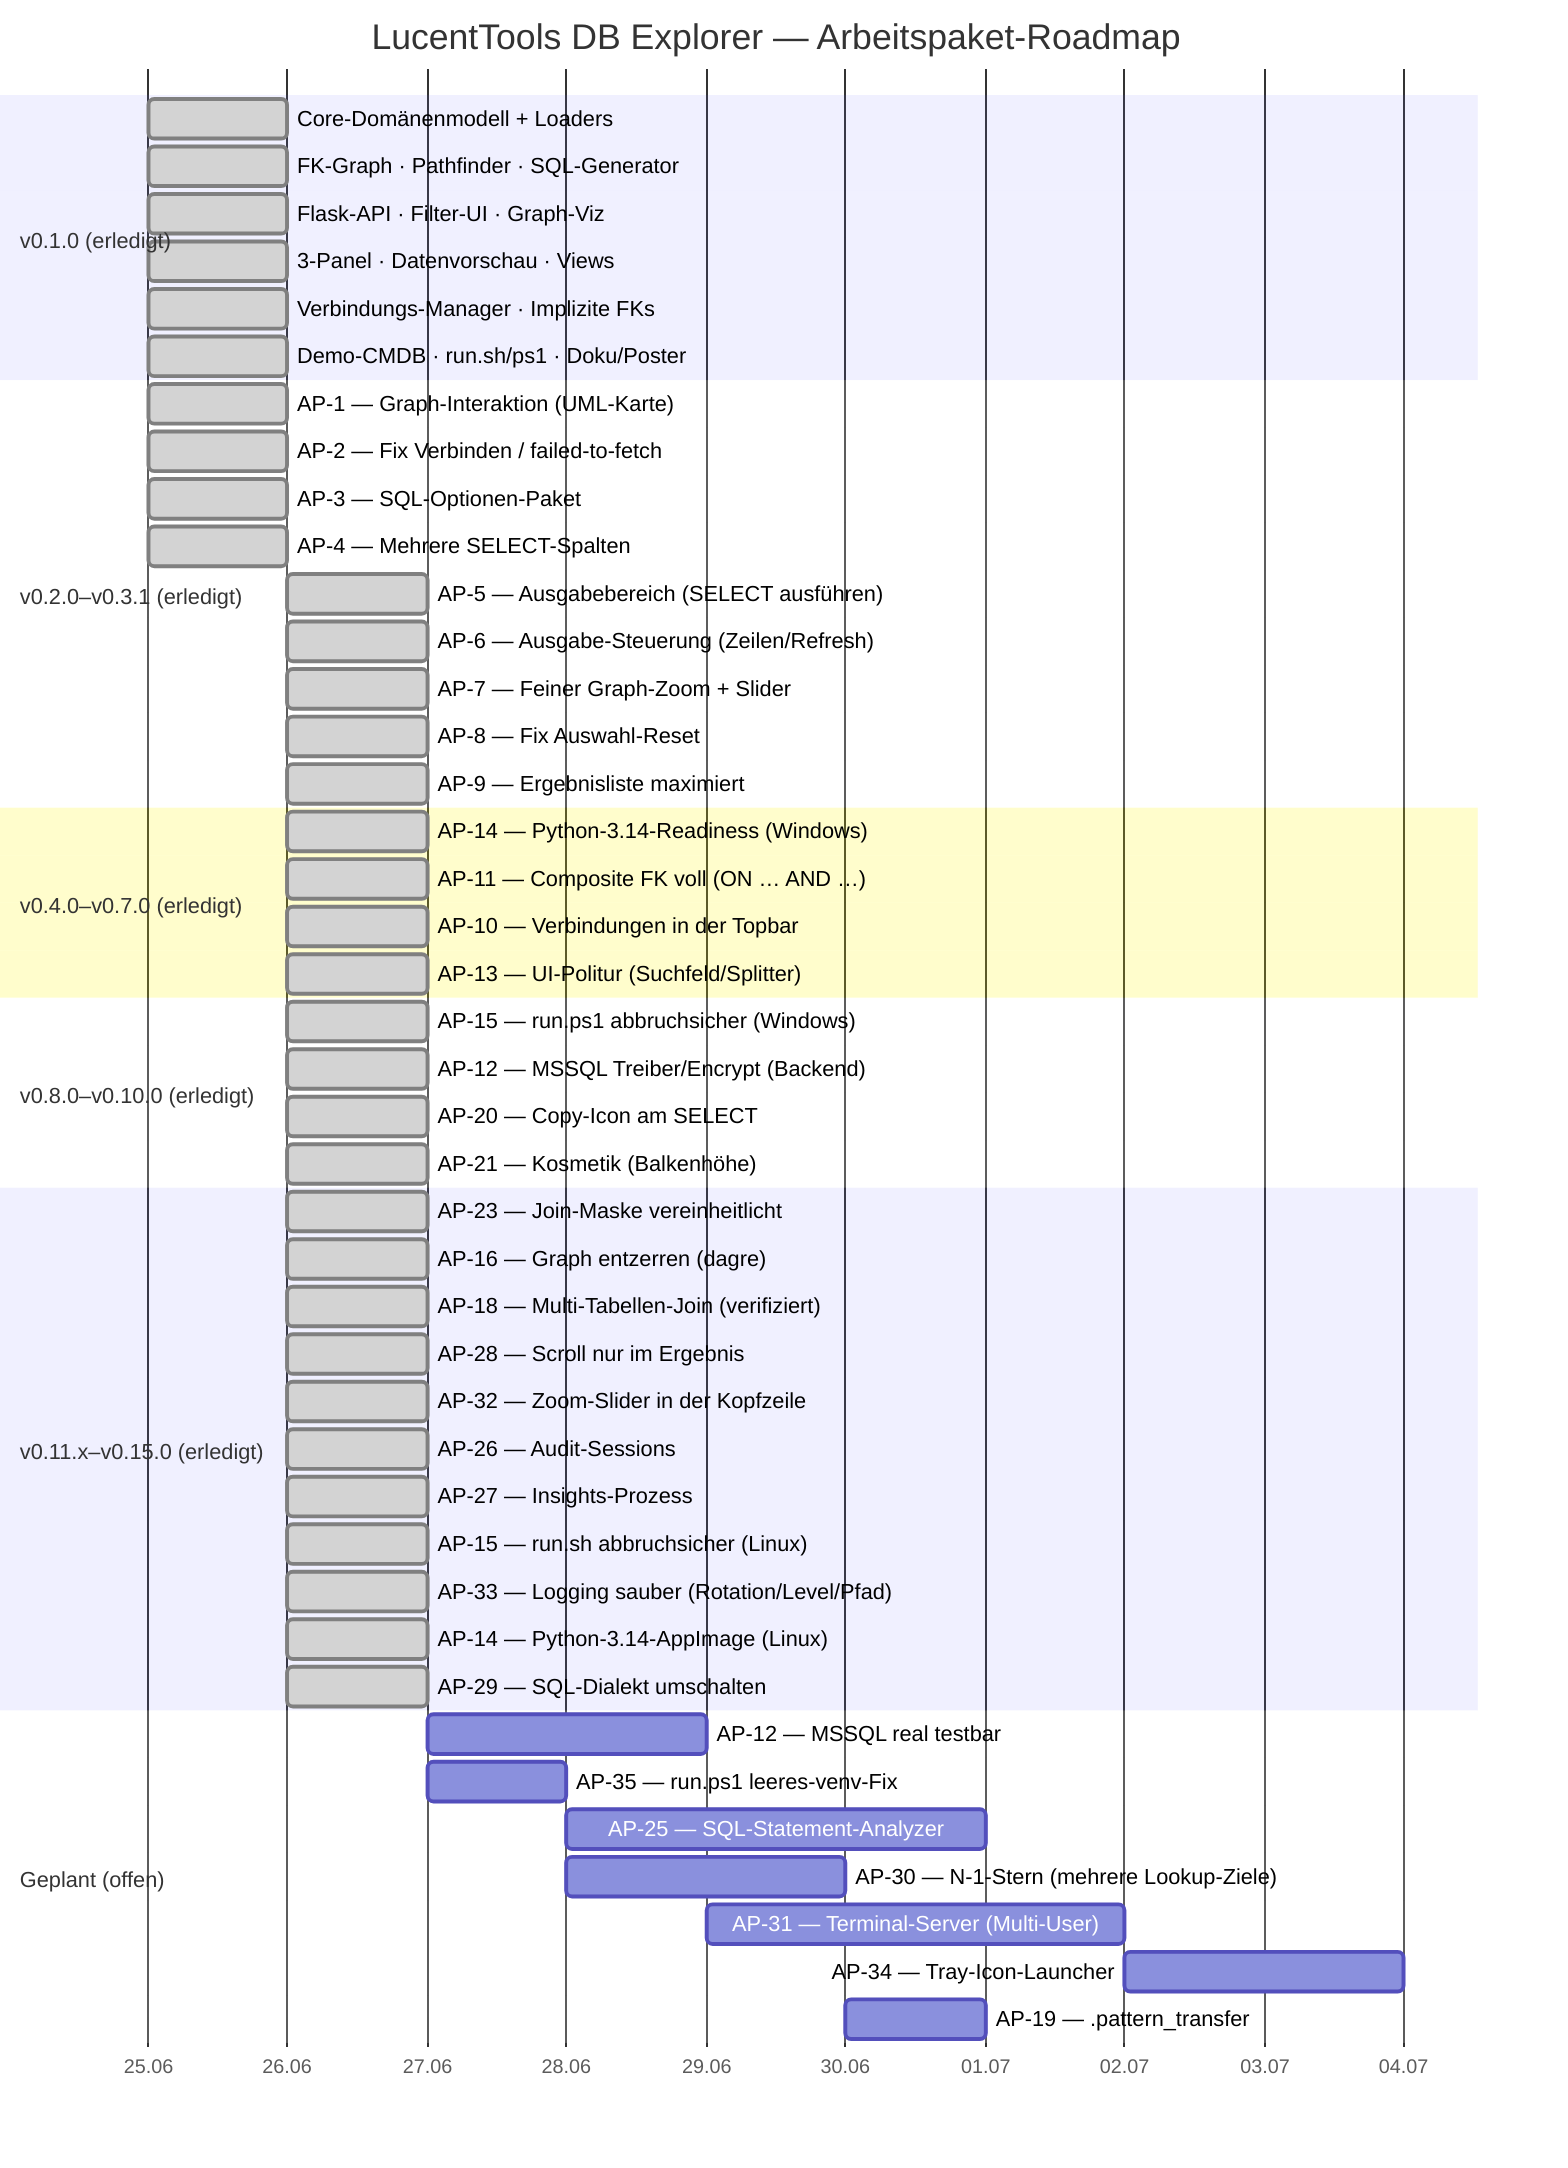
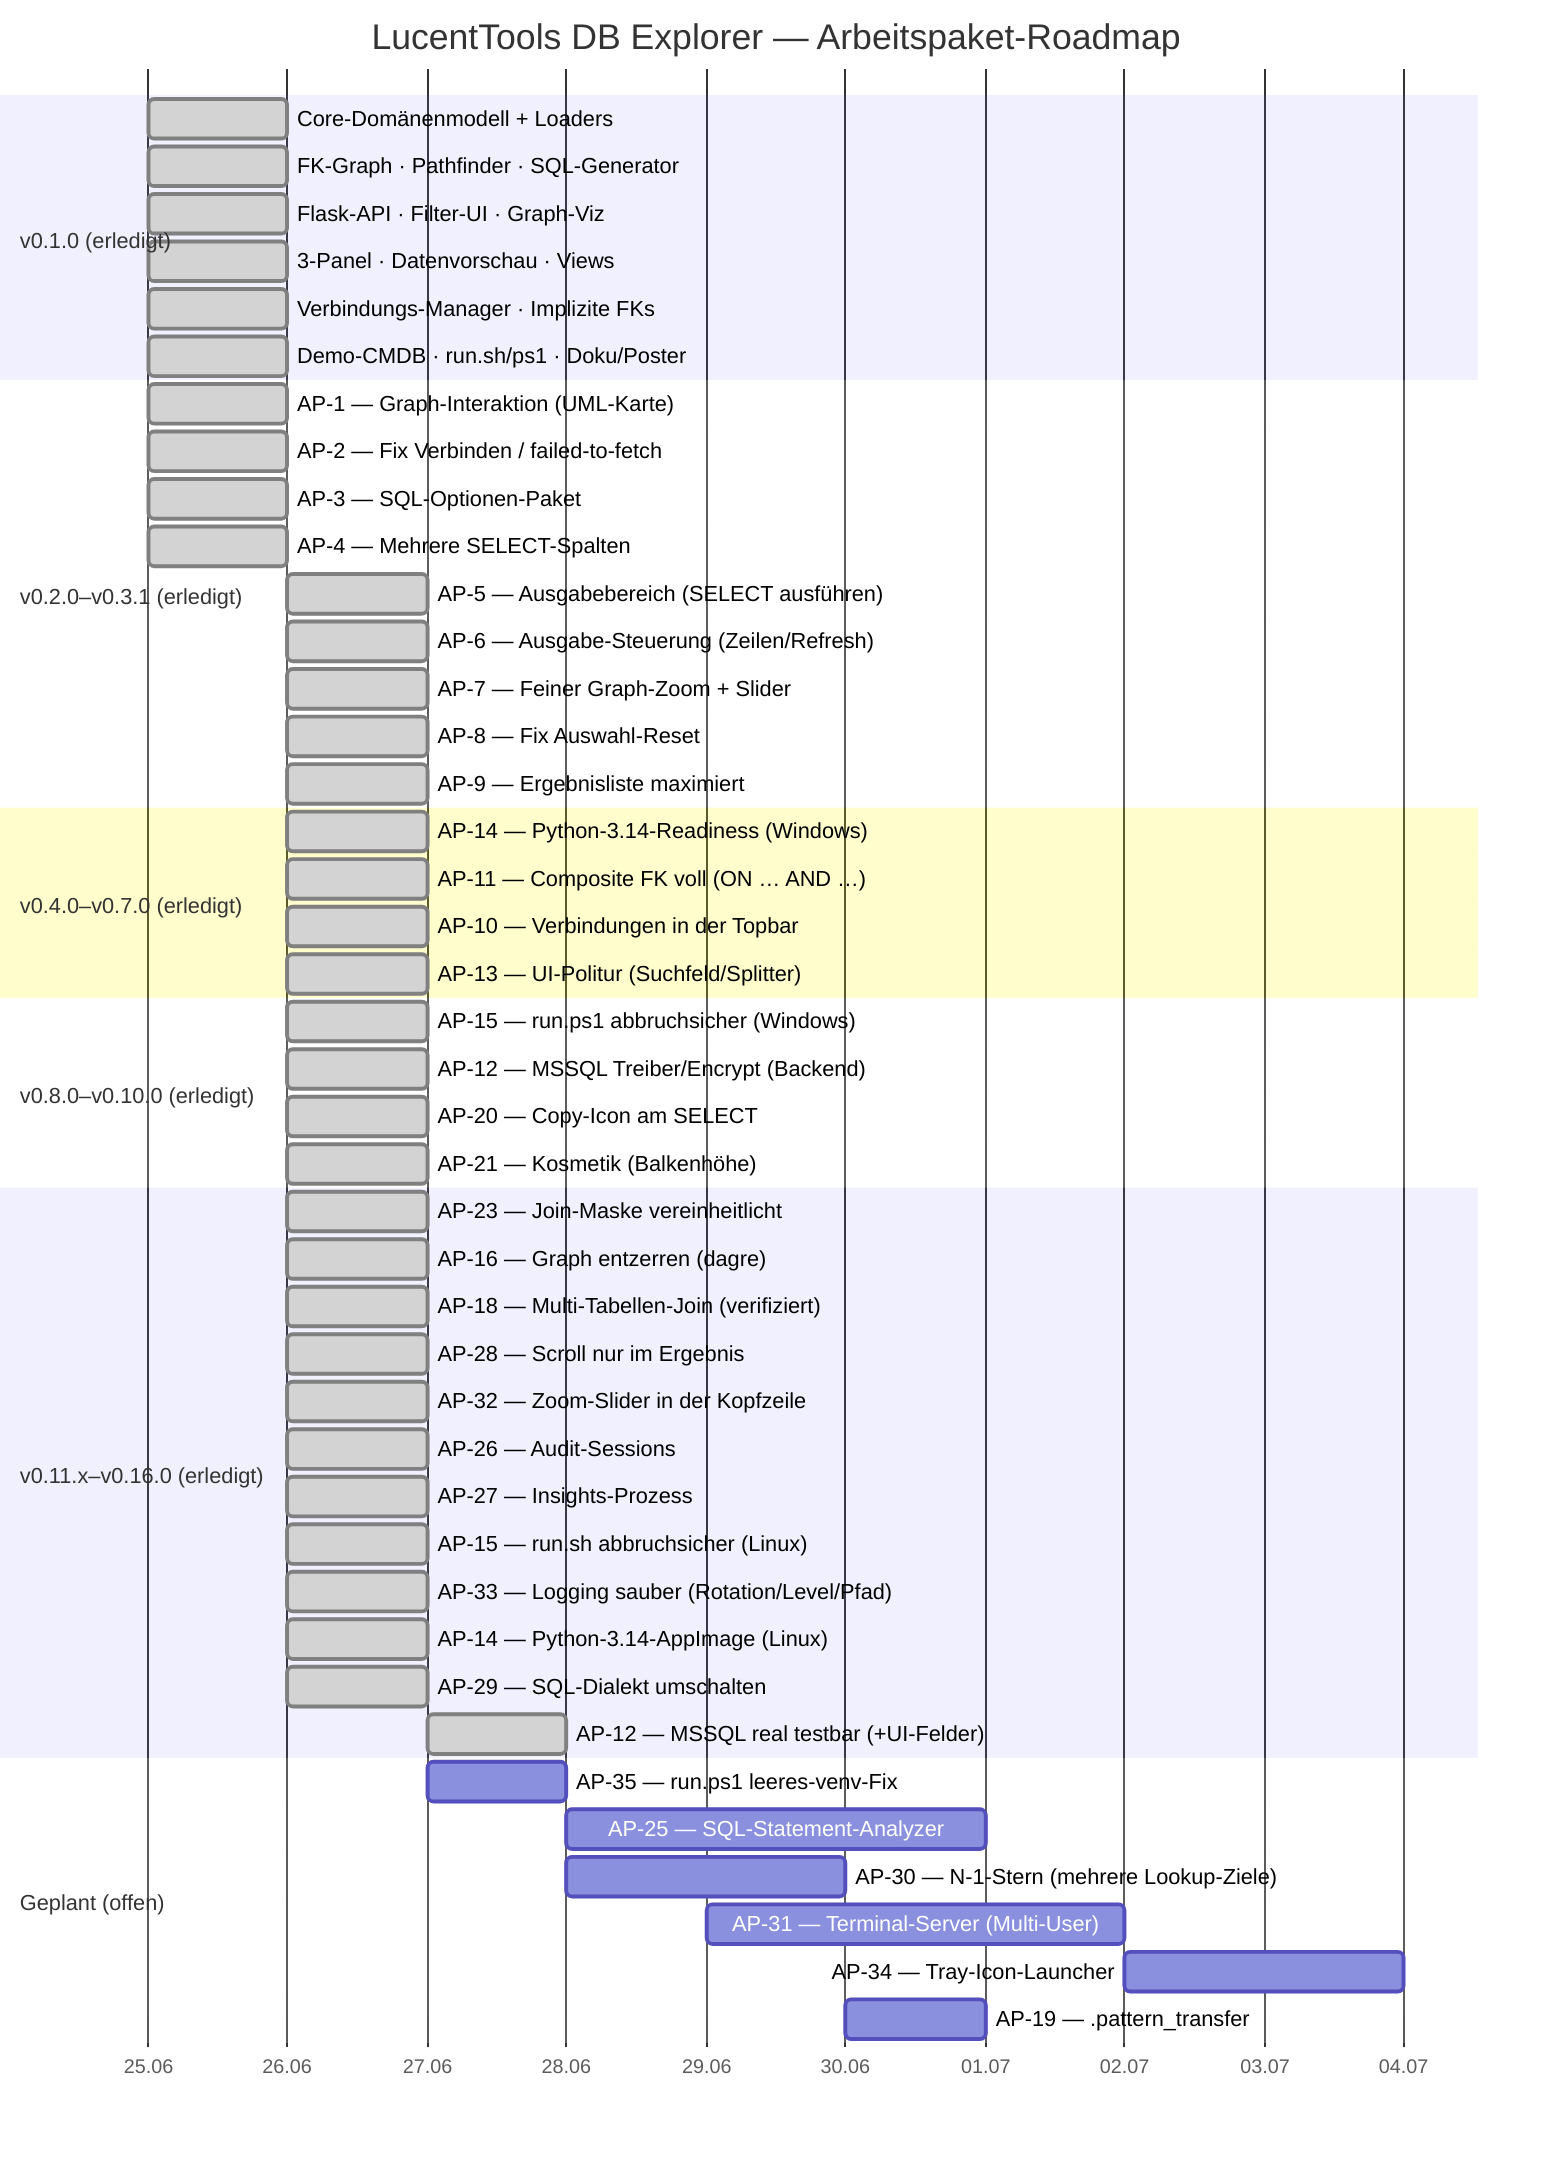
gantt
    title LucentTools DB Explorer — Arbeitspaket-Roadmap
    dateFormat  YYYY-MM-DD
    axisFormat  %d.%m

    section v0.1.0 (erledigt)
    Core-Domänenmodell + Loaders          :done, d1, 2026-06-25, 1d
    FK-Graph · Pathfinder · SQL-Generator :done, d2, 2026-06-25, 1d
    Flask-API · Filter-UI · Graph-Viz     :done, d3, 2026-06-25, 1d
    3-Panel · Datenvorschau · Views       :done, d4, 2026-06-25, 1d
    Verbindungs-Manager · Implizite FKs   :done, d5, 2026-06-25, 1d
    Demo-CMDB · run.sh/ps1 · Doku/Poster  :done, d6, 2026-06-25, 1d

    section v0.2.0–v0.3.1 (erledigt)
    AP-1 — Graph-Interaktion (UML-Karte)        :done, a1, 2026-06-25, 1d
    AP-2 — Fix Verbinden / failed-to-fetch      :done, a2, 2026-06-25, 1d
    AP-3 — SQL-Optionen-Paket                   :done, a3, 2026-06-25, 1d
    AP-4 — Mehrere SELECT-Spalten               :done, a4, 2026-06-25, 1d
    AP-5 — Ausgabebereich (SELECT ausführen)    :done, a5, 2026-06-26, 1d
    AP-6 — Ausgabe-Steuerung (Zeilen/Refresh)   :done, a6, 2026-06-26, 1d
    AP-7 — Feiner Graph-Zoom + Slider           :done, a7, 2026-06-26, 1d
    AP-8 — Fix Auswahl-Reset                    :done, a8, 2026-06-26, 1d
    AP-9 — Ergebnisliste maximiert              :done, a9, 2026-06-26, 1d

    section v0.4.0–v0.7.0 (erledigt)
    AP-14 — Python-3.14-Readiness (Windows)     :done, b1, 2026-06-26, 1d
    AP-11 — Composite FK voll (ON … AND …)      :done, b2, 2026-06-26, 1d
    AP-10 — Verbindungen in der Topbar          :done, b3, 2026-06-26, 1d
    AP-13 — UI-Politur (Suchfeld/Splitter)      :done, b4, 2026-06-26, 1d

    section v0.8.0–v0.10.0 (erledigt)
    AP-15 — run.ps1 abbruchsicher (Windows)     :done, c1, 2026-06-26, 1d
    AP-12 — MSSQL Treiber/Encrypt (Backend)     :done, c2, 2026-06-26, 1d
    AP-20 — Copy-Icon am SELECT                 :done, c3, 2026-06-26, 1d
    AP-21 — Kosmetik (Balkenhöhe)               :done, c4, 2026-06-26, 1d

-     section v0.11.x–v0.15.0 (erledigt)
+     section v0.11.x–v0.16.0 (erledigt)
    AP-23 — Join-Maske vereinheitlicht          :done, e1, 2026-06-26, 1d
    AP-16 — Graph entzerren (dagre)             :done, e2, 2026-06-26, 1d
    AP-18 — Multi-Tabellen-Join (verifiziert)   :done, e3, 2026-06-26, 1d
    AP-28 — Scroll nur im Ergebnis              :done, e4, 2026-06-26, 1d
    AP-32 — Zoom-Slider in der Kopfzeile        :done, e5, 2026-06-26, 1d
    AP-26 — Audit-Sessions                      :done, e6, 2026-06-26, 1d
    AP-27 — Insights-Prozess                    :done, e7, 2026-06-26, 1d
    AP-15 — run.sh abbruchsicher (Linux)        :done, e8, 2026-06-26, 1d
    AP-33 — Logging sauber (Rotation/Level/Pfad) :done, e9, 2026-06-26, 1d
    AP-14 — Python-3.14-AppImage (Linux)         :done, e10, 2026-06-26, 1d
    AP-29 — SQL-Dialekt umschalten               :done, e11, 2026-06-26, 1d
+     AP-12 — MSSQL real testbar (+UI-Felder)      :done, e12, 2026-06-27, 1d

    section Geplant (offen)
-     AP-12 — MSSQL real testbar                  :p1, 2026-06-27, 2d
    AP-35 — run.ps1 leeres-venv-Fix             :p3, 2026-06-27, 1d
    AP-25 — SQL-Statement-Analyzer              :p5, 2026-06-28, 3d
    AP-30 — N-1-Stern (mehrere Lookup-Ziele)    :p6, 2026-06-28, 2d
    AP-31 — Terminal-Server (Multi-User)        :p7, 2026-06-29, 3d
    AP-34 — Tray-Icon-Launcher                  :p9, after p7, 2d
    AP-19 — .pattern_transfer                   :p11, 2026-06-30, 1d
